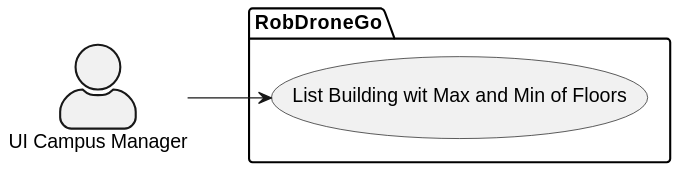
Pedro-Pereira1/sem5pi_23_24_g056_Visualization keeps this PlantUML diagram as Visualization/docs/US_1060/Diagrams/Level1/SceneryView.svg. Above is the earlier version. Its diagram source:
```plantuml
@startuml
left to right direction

skinparam actorStyle awesome

actor "UI Campus Manager" as CM

package  RobDroneGo  {
  usecase "List Building wit Max and Min of Floors" as UC2
}
CM --> UC2
@enduml
```
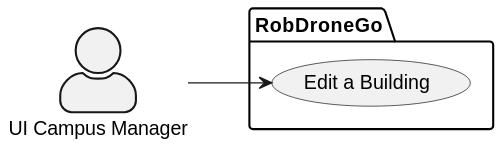
After the change.

What changed in the source:
```diff
@@ -1,4 +1,4 @@
-@startuml
+@startuml scenaryLevel1
 left to right direction
 
 skinparam actorStyle awesome
@@ -6,7 +6,7 @@
 actor "UI Campus Manager" as CM
 
 package  RobDroneGo  {
-  usecase "List Building wit Max and Min of Floors" as UC2
+  usecase "Edit a Building" as UC2
 }
 CM --> UC2
 @enduml
```
